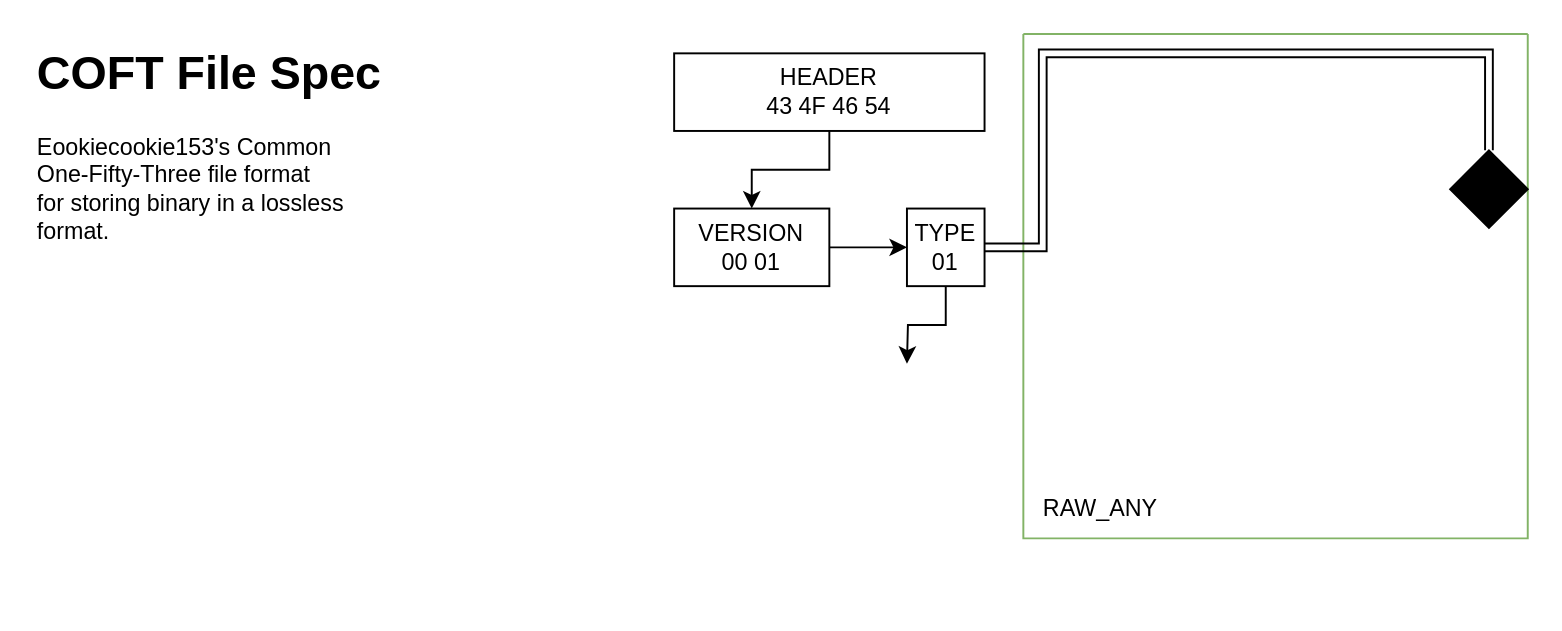
Above: Untitled Diagram.drawio in rookiecookie153/COFT-File-Spec (draw.io), before the change. Source tidied: cells renumbered, new cells numbered last; positions are measured from the earlier drawing's top-left corner, leaving out a move shared by most shapes. Both pictures are drawn from the tidied source at 194%, with x=0, y=0 at pixel (33, 33).
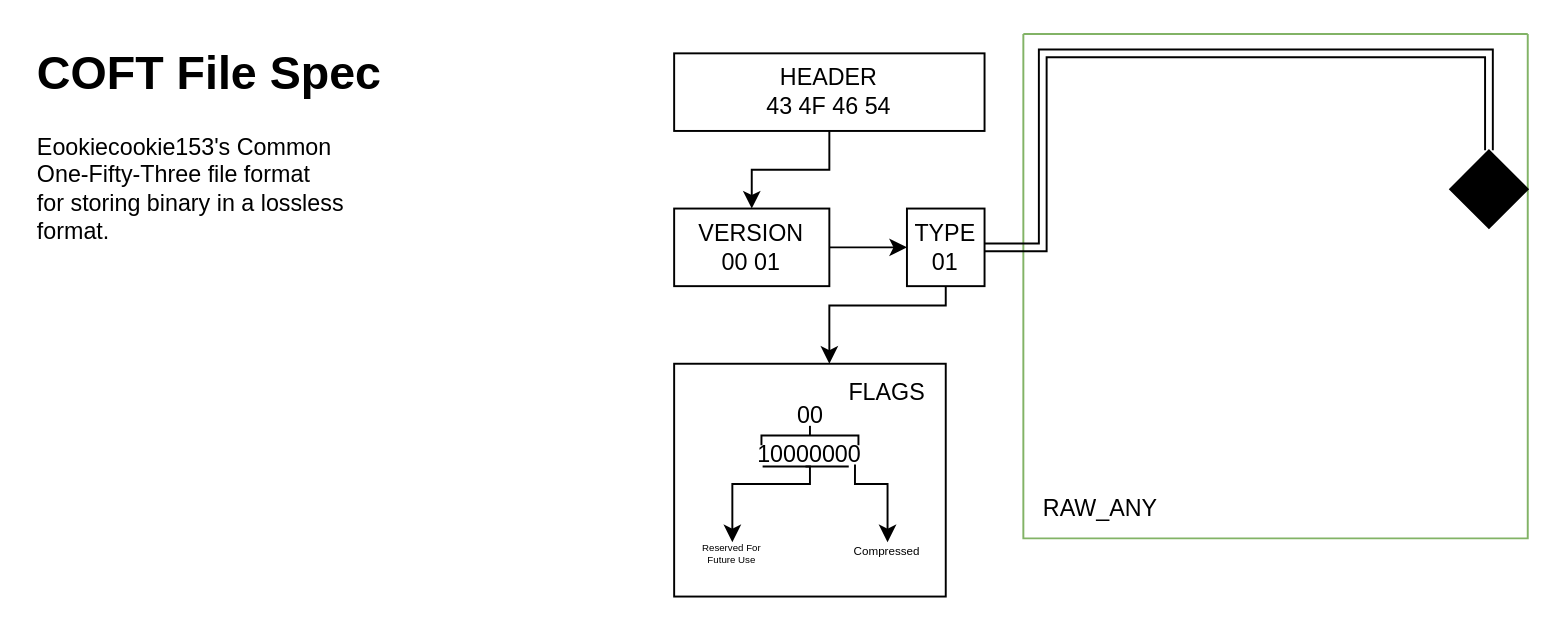
The same page after the edit.

The change refers to these unchanged cells:
```xml
<mxCell id="10" value="TYPE&lt;div&gt;01&lt;/div&gt;" style="whiteSpace=wrap;html=1;rounded=0;" parent="1" vertex="1">
  <mxGeometry x="450" y="90" width="40" height="40" as="geometry" />
</mxCell>
```

Diff of the diagram source:
```diff
@@
     <mxCell id="9" style="edgeStyle=orthogonalEdgeStyle;rounded=0;jettySize=auto;html=1;entryX=0.5;entryY=0;entryDx=0;entryDy=0;" parent="1" edge="1" source="10">
       <mxGeometry relative="1" as="geometry">
-        <mxPoint x="450" y="170" as="targetPoint" />
+        <mxPoint x="410" y="170" as="targetPoint" />
+        <Array as="points">
+          <mxPoint x="470" y="140" />
+          <mxPoint x="410" y="140" />
+        </Array>
       </mxGeometry>
     </mxCell>
@@
+    <mxCell id="13" style="rounded=0;whiteSpace=wrap;html=1;" parent="1" vertex="1">
+      <mxGeometry x="330" y="170" width="140" height="120" as="geometry" />
+    </mxCell>
+    <mxCell id="14" value="FLAGS" style="text;html=1;align=center;verticalAlign=middle;whiteSpace=wrap;rounded=0;" parent="1" vertex="1">
+      <mxGeometry x="410" y="170" width="60" height="30" as="geometry" />
+    </mxCell>
+    <mxCell id="15" value="00" style="text;html=1;align=center;verticalAlign=middle;whiteSpace=wrap;rounded=0;" parent="1" vertex="1">
+      <mxGeometry x="392.5" y="192" width="15" height="10" as="geometry" />
+    </mxCell>
+    <mxCell id="16" style="strokeWidth=1;html=1;shape=mxgraph.flowchart.annotation_2;align=left;labelPosition=right;rotation=90;fontSize=12;" parent="1" vertex="1">
+      <mxGeometry x="395" y="182" width="10" height="50" as="geometry" />
+    </mxCell>
+    <mxCell id="17" value="10000000" style="text;html=1;align=center;verticalAlign=middle;whiteSpace=wrap;rounded=0;" parent="1" vertex="1">
+      <mxGeometry x="370" y="212" width="60" height="10" as="geometry" />
+    </mxCell>
+    <mxCell id="18" style="endArrow=classic;html=1;rounded=0;exitX=0.887;exitY=0.987;exitDx=0;exitDy=0;exitPerimeter=0;edgeStyle=orthogonalEdgeStyle;entryX=0.5;entryY=0;entryDx=0;entryDy=0;" parent="1" edge="1" source="17" target="19">
+      <mxGeometry relative="1" as="geometry">
+        <Array as="points">
+          <mxPoint x="423" y="232" />
+          <mxPoint x="440" y="232" />
+        </Array>
+      </mxGeometry>
+    </mxCell>
+    <mxCell id="19" value="Compressed" style="text;html=1;align=center;verticalAlign=middle;whiteSpace=wrap;rounded=0;fontSize=6;" parent="1" vertex="1">
+      <mxGeometry x="420" y="262" width="40" height="10" as="geometry" />
+    </mxCell>
+    <mxCell id="20" value="Reserved For Future Use" style="text;html=1;align=center;verticalAlign=middle;whiteSpace=wrap;rounded=0;fontSize=5;" parent="1" vertex="1">
+      <mxGeometry x="340" y="262" width="40" height="10" as="geometry" />
+    </mxCell>
+    <mxCell id="21" style="endArrow=none;html=1;rounded=0;entryX=0.822;entryY=0.995;entryDx=0;entryDy=0;entryPerimeter=0;exitX=0.082;exitY=0.995;exitDx=0;exitDy=0;exitPerimeter=0;" parent="1" edge="1">
+      <mxGeometry relative="1" as="geometry">
+        <mxPoint x="375.6" y="223" as="sourcePoint" />
+        <mxPoint x="420" y="223" as="targetPoint" />
+      </mxGeometry>
+    </mxCell>
+    <mxCell id="22" style="endArrow=classic;html=1;rounded=0;edgeStyle=orthogonalEdgeStyle;exitX=0.462;exitY=1.098;exitDx=0;exitDy=0;exitPerimeter=0;" parent="1" edge="1" source="17">
+      <mxGeometry relative="1" as="geometry">
+        <mxPoint x="360" y="262" as="targetPoint" />
+        <Array as="points">
+          <mxPoint x="400" y="223" />
+          <mxPoint x="400" y="232" />
+          <mxPoint x="360" y="232" />
+        </Array>
+      </mxGeometry>
+    </mxCell>
```
